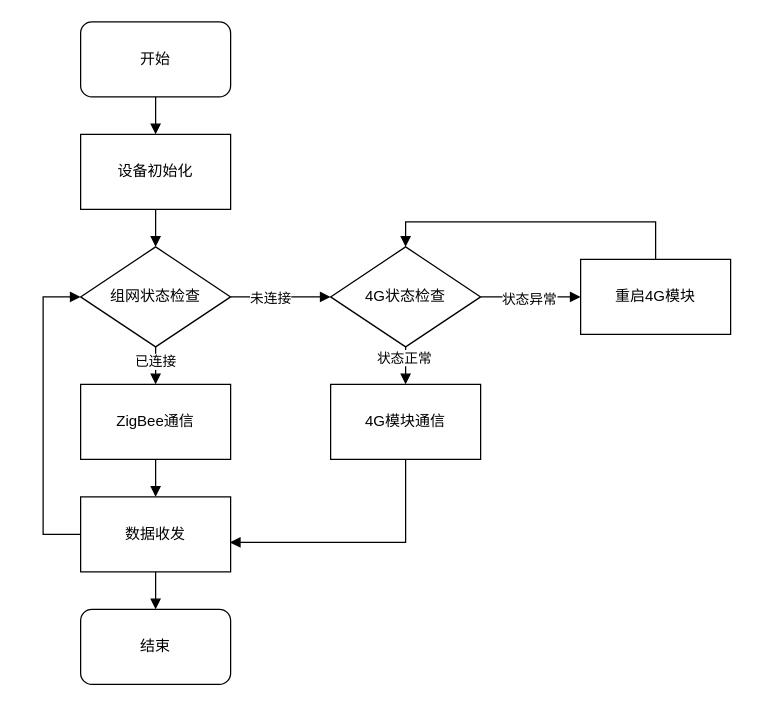
Earlier version of the draw.io diagram 未命名绘图.drawio (anvalue/DrawIo_SQ). Source tidied: cells renumbered, new cells numbered last; positions are measured from the earlier drawing's top-left corner, leaving out a move shared by most shapes. Both pictures are drawn from the tidied source at 125%, with x=0, y=0 at pixel (42, 21).
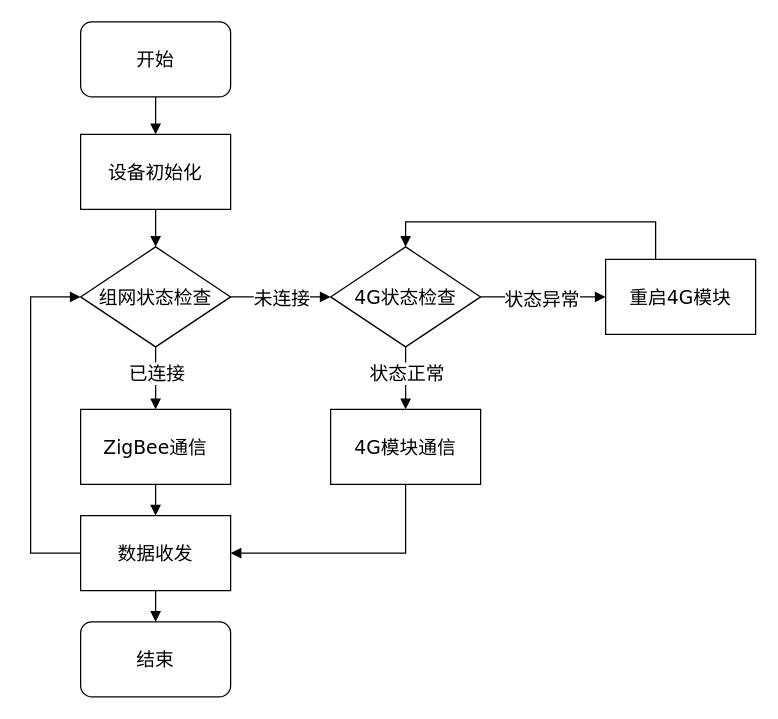
After the change.

Commit message:
更新未命名绘图.drawio

Change to the diagram source:
```diff
@@
-    <mxCell id="2" style="edgeStyle=orthogonalEdgeStyle;rounded=0;jettySize=auto;html=1;strokeColor=default;align=center;verticalAlign=middle;fontFamily=Helvetica;fontSize=11;fontColor=default;labelBackgroundColor=default;endArrow=block;endFill=1;" parent="1" edge="1" source="3" target="5">
+    <mxCell id="2" style="edgeStyle=orthogonalEdgeStyle;rounded=0;jettySize=auto;html=1;strokeColor=default;align=center;verticalAlign=middle;fontFamily=Verdana;fontSize=15;fontColor=default;labelBackgroundColor=default;endArrow=block;endFill=1;" parent="1" edge="1" source="3" target="5">
       <mxGeometry relative="1" as="geometry" />
     </mxCell>
-    <mxCell id="3" value="开始" style="rounded=1;whiteSpace=wrap;html=1;" parent="1" vertex="1">
+    <mxCell id="3" value="&lt;font style=&quot;font-size: 15px;&quot;&gt;开始&lt;/font&gt;" style="rounded=1;whiteSpace=wrap;html=1;fontSize=15;fontFamily=Verdana;" parent="1" vertex="1">
       <mxGeometry x="30" width="120" height="60" as="geometry" />
     </mxCell>
-    <mxCell id="4" style="edgeStyle=orthogonalEdgeStyle;rounded=0;jettySize=auto;html=1;strokeColor=default;align=center;verticalAlign=middle;fontFamily=Helvetica;fontSize=11;fontColor=default;labelBackgroundColor=default;endArrow=block;endFill=1;" parent="1" edge="1" source="5" target="10">
+    <mxCell id="4" style="edgeStyle=orthogonalEdgeStyle;rounded=0;jettySize=auto;html=1;strokeColor=default;align=center;verticalAlign=middle;fontFamily=Verdana;fontSize=15;fontColor=default;labelBackgroundColor=default;endArrow=block;endFill=1;" parent="1" edge="1" source="5" target="10">
       <mxGeometry relative="1" as="geometry" />
     </mxCell>
-    <mxCell id="5" value="设备初始化" style="whiteSpace=wrap;html=1;" parent="1" vertex="1">
+    <mxCell id="5" value="&lt;font style=&quot;font-size: 15px;&quot;&gt;设备初始化&lt;/font&gt;" style="whiteSpace=wrap;html=1;fontSize=15;fontFamily=Verdana;" parent="1" vertex="1">
       <mxGeometry x="30" y="90" width="120" height="60" as="geometry" />
     </mxCell>
-    <mxCell id="6" style="edgeStyle=orthogonalEdgeStyle;rounded=0;jettySize=auto;html=1;strokeColor=default;align=center;verticalAlign=middle;fontFamily=Helvetica;fontSize=11;fontColor=default;labelBackgroundColor=default;endArrow=block;endFill=1;" parent="1" edge="1" source="10" target="12">
+    <mxCell id="6" style="edgeStyle=orthogonalEdgeStyle;rounded=0;jettySize=auto;html=1;strokeColor=default;align=center;verticalAlign=middle;fontFamily=Verdana;fontSize=15;fontColor=default;labelBackgroundColor=default;endArrow=block;endFill=1;" parent="1" edge="1" source="10" target="12">
       <mxGeometry relative="1" as="geometry" />
     </mxCell>
-    <mxCell id="7" value="已连接" style="edgeLabel;html=1;align=center;verticalAlign=middle;fontFamily=Helvetica;fontSize=11;fontColor=default;labelBackgroundColor=default;" parent="6" vertex="1">
-      <mxGeometry x="0.24" y="-1" relative="1" as="geometry" />
+    <mxCell id="7" value="已连接" style="edgeLabel;html=1;align=center;verticalAlign=middle;fontFamily=Verdana;fontSize=15;fontColor=default;labelBackgroundColor=default;" parent="6" vertex="1">
+      <mxGeometry x="0.24" y="-1" relative="1" as="geometry">
+        <mxPoint x="1" y="-11" as="offset" />
+      </mxGeometry>
     </mxCell>
-    <mxCell id="8" style="edgeStyle=orthogonalEdgeStyle;rounded=0;jettySize=auto;html=1;entryX=0;entryY=0.5;entryDx=0;entryDy=0;strokeColor=default;align=center;verticalAlign=middle;fontFamily=Helvetica;fontSize=11;fontColor=default;labelBackgroundColor=default;endArrow=block;endFill=1;" parent="1" edge="1" source="10" target="17">
+    <mxCell id="8" style="edgeStyle=orthogonalEdgeStyle;rounded=0;jettySize=auto;html=1;entryX=0;entryY=0.5;entryDx=0;entryDy=0;strokeColor=default;align=center;verticalAlign=middle;fontFamily=Verdana;fontSize=15;fontColor=default;labelBackgroundColor=default;endArrow=block;endFill=1;" parent="1" edge="1" source="10" target="17">
       <mxGeometry relative="1" as="geometry" />
     </mxCell>
-    <mxCell id="9" value="未连接" style="edgeLabel;html=1;align=center;verticalAlign=middle;fontFamily=Helvetica;fontSize=11;fontColor=default;labelBackgroundColor=default;" parent="8" vertex="1">
-      <mxGeometry x="-0.23" relative="1" as="geometry" />
+    <mxCell id="9" value="未连接" style="edgeLabel;html=1;align=center;verticalAlign=middle;fontFamily=Verdana;fontSize=15;fontColor=default;labelBackgroundColor=default;" parent="8" vertex="1">
+      <mxGeometry x="-0.23" relative="1" as="geometry">
+        <mxPoint x="9" as="offset" />
+      </mxGeometry>
     </mxCell>
-    <mxCell id="10" value="组网状态检查" style="rhombus;whiteSpace=wrap;html=1;" parent="1" vertex="1">
+    <mxCell id="10" value="组网状态检查" style="rhombus;whiteSpace=wrap;html=1;fontSize=15;fontFamily=Verdana;" parent="1" vertex="1">
       <mxGeometry x="30" y="180" width="120" height="80" as="geometry" />
     </mxCell>
-    <mxCell id="11" style="edgeStyle=orthogonalEdgeStyle;rounded=0;jettySize=auto;html=1;strokeColor=default;align=center;verticalAlign=middle;fontFamily=Helvetica;fontSize=11;fontColor=default;labelBackgroundColor=default;endArrow=block;endFill=1;" parent="1" edge="1" source="12" target="23">
+    <mxCell id="11" style="edgeStyle=orthogonalEdgeStyle;rounded=0;jettySize=auto;html=1;strokeColor=default;align=center;verticalAlign=middle;fontFamily=Verdana;fontSize=15;fontColor=default;labelBackgroundColor=default;endArrow=block;endFill=1;" parent="1" edge="1" source="12" target="23">
       <mxGeometry relative="1" as="geometry" />
     </mxCell>
-    <mxCell id="12" value="ZigBee通信" style="whiteSpace=wrap;html=1;" parent="1" vertex="1">
-      <mxGeometry x="30" y="290" width="120" height="60" as="geometry" />
+    <mxCell id="12" value="ZigBee通信" style="whiteSpace=wrap;html=1;fontSize=15;fontFamily=Verdana;" parent="1" vertex="1">
+      <mxGeometry x="30" y="310" width="120" height="60" as="geometry" />
     </mxCell>
-    <mxCell id="13" style="edgeStyle=orthogonalEdgeStyle;rounded=0;jettySize=auto;html=1;strokeColor=default;align=center;verticalAlign=middle;fontFamily=Helvetica;fontSize=11;fontColor=default;labelBackgroundColor=default;endArrow=block;endFill=1;" parent="1" edge="1" source="17" target="18">
+    <mxCell id="13" style="edgeStyle=orthogonalEdgeStyle;rounded=0;jettySize=auto;html=1;strokeColor=default;align=center;verticalAlign=middle;fontFamily=Verdana;fontSize=15;fontColor=default;labelBackgroundColor=default;endArrow=block;endFill=1;" parent="1" edge="1" source="17" target="18">
       <mxGeometry relative="1" as="geometry" />
     </mxCell>
-    <mxCell id="14" value="状态正常" style="edgeLabel;html=1;align=center;verticalAlign=middle;fontFamily=Helvetica;fontSize=11;fontColor=default;labelBackgroundColor=default;" parent="13" vertex="1">
-      <mxGeometry x="-0.68" y="-2" relative="1" as="geometry" />
+    <mxCell id="14" value="状态正常" style="edgeLabel;html=1;align=center;verticalAlign=middle;fontFamily=Verdana;fontSize=15;fontColor=default;labelBackgroundColor=default;" parent="13" vertex="1">
+      <mxGeometry x="-0.68" y="-2" relative="1" as="geometry">
+        <mxPoint x="2" y="12" as="offset" />
+      </mxGeometry>
     </mxCell>
-    <mxCell id="15" style="edgeStyle=orthogonalEdgeStyle;rounded=0;jettySize=auto;html=1;entryX=0;entryY=0.5;entryDx=0;entryDy=0;strokeColor=default;align=center;verticalAlign=middle;fontFamily=Helvetica;fontSize=11;fontColor=default;labelBackgroundColor=default;endArrow=block;endFill=1;" parent="1" edge="1" source="17" target="20">
+    <mxCell id="15" style="edgeStyle=orthogonalEdgeStyle;rounded=0;jettySize=auto;html=1;entryX=0;entryY=0.5;entryDx=0;entryDy=0;strokeColor=default;align=center;verticalAlign=middle;fontFamily=Verdana;fontSize=15;fontColor=default;labelBackgroundColor=default;endArrow=block;endFill=1;" parent="1" edge="1" source="17" target="20">
       <mxGeometry relative="1" as="geometry" />
     </mxCell>
-    <mxCell id="16" value="状态异常" style="edgeLabel;html=1;align=center;verticalAlign=middle;fontFamily=Helvetica;fontSize=11;fontColor=default;labelBackgroundColor=default;" parent="15" vertex="1">
+    <mxCell id="16" value="状态异常" style="edgeLabel;html=1;align=center;verticalAlign=middle;fontFamily=Verdana;fontSize=15;fontColor=default;labelBackgroundColor=default;" parent="15" vertex="1">
       <mxGeometry x="-0.04" y="-1" relative="1" as="geometry" />
     </mxCell>
-    <mxCell id="17" value="4G状态检查" style="rhombus;whiteSpace=wrap;html=1;" parent="1" vertex="1">
+    <mxCell id="17" value="4G状态检查" style="rhombus;whiteSpace=wrap;html=1;fontSize=15;fontFamily=Verdana;" parent="1" vertex="1">
       <mxGeometry x="230" y="180" width="120" height="80" as="geometry" />
     </mxCell>
+    <mxCell id="25" style="edgeStyle=orthogonalEdgeStyle;rounded=0;jettySize=auto;html=1;entryX=1;entryY=0.5;entryDx=0;entryDy=0;strokeColor=default;align=center;verticalAlign=middle;fontFamily=Verdana;fontSize=11;fontColor=default;labelBackgroundColor=default;endArrow=block;endFill=1;" parent="1" edge="1" source="18" target="23">
+      <mxGeometry relative="1" as="geometry">
+        <Array as="points">
+          <mxPoint x="290" y="425" />
+        </Array>
+      </mxGeometry>
+    </mxCell>
-    <mxCell id="18" value="4G模块通信" style="whiteSpace=wrap;html=1;" parent="1" vertex="1">
-      <mxGeometry x="230" y="290" width="120" height="60" as="geometry" />
+    <mxCell id="18" value="4G模块通信" style="whiteSpace=wrap;html=1;fontSize=15;fontFamily=Verdana;" parent="1" vertex="1">
+      <mxGeometry x="230" y="310" width="120" height="60" as="geometry" />
     </mxCell>
-    <mxCell id="19" style="edgeStyle=orthogonalEdgeStyle;rounded=0;jettySize=auto;html=1;entryX=0.5;entryY=0;entryDx=0;entryDy=0;strokeColor=default;align=center;verticalAlign=middle;fontFamily=Helvetica;fontSize=11;fontColor=default;labelBackgroundColor=default;endArrow=block;endFill=1;" parent="1" edge="1" source="20" target="17">
+    <mxCell id="19" style="edgeStyle=orthogonalEdgeStyle;rounded=0;jettySize=auto;html=1;entryX=0.5;entryY=0;entryDx=0;entryDy=0;strokeColor=default;align=center;verticalAlign=middle;fontFamily=Verdana;fontSize=15;fontColor=default;labelBackgroundColor=default;endArrow=block;endFill=1;" parent="1" edge="1" source="20" target="17">
       <mxGeometry relative="1" as="geometry">
         <Array as="points">
           <mxPoint x="490" y="160" />
           <mxPoint x="290" y="160" />
         </Array>
       </mxGeometry>
     </mxCell>
-    <mxCell id="20" value="重启4G模块" style="whiteSpace=wrap;html=1;" parent="1" vertex="1">
-      <mxGeometry x="430" y="190" width="120" height="60" as="geometry" />
+    <mxCell id="20" value="重启4G模块" style="whiteSpace=wrap;html=1;fontSize=15;fontFamily=Verdana;" parent="1" vertex="1">
+      <mxGeometry x="450" y="190" width="120" height="60" as="geometry" />
     </mxCell>
-    <mxCell id="21" style="edgeStyle=orthogonalEdgeStyle;rounded=0;jettySize=auto;html=1;strokeColor=default;align=center;verticalAlign=middle;fontFamily=Helvetica;fontSize=11;fontColor=default;labelBackgroundColor=default;endArrow=block;endFill=1;" parent="1" edge="1" source="23" target="24">
+    <mxCell id="21" style="edgeStyle=orthogonalEdgeStyle;rounded=0;jettySize=auto;html=1;strokeColor=default;align=center;verticalAlign=middle;fontFamily=Verdana;fontSize=15;fontColor=default;labelBackgroundColor=default;endArrow=block;endFill=1;" parent="1" edge="1" source="23" target="24">
       <mxGeometry relative="1" as="geometry" />
     </mxCell>
-    <mxCell id="22" style="edgeStyle=orthogonalEdgeStyle;rounded=0;jettySize=auto;html=1;entryX=0;entryY=0.5;entryDx=0;entryDy=0;strokeColor=default;align=center;verticalAlign=middle;fontFamily=Helvetica;fontSize=11;fontColor=default;labelBackgroundColor=default;endArrow=block;endFill=1;" parent="1" edge="1" source="23" target="10">
+    <mxCell id="22" style="edgeStyle=orthogonalEdgeStyle;rounded=0;jettySize=auto;html=1;entryX=0;entryY=0.5;entryDx=0;entryDy=0;strokeColor=default;align=center;verticalAlign=middle;fontFamily=Verdana;fontSize=15;fontColor=default;labelBackgroundColor=default;endArrow=block;endFill=1;" parent="1" edge="1" source="23" target="10">
       <mxGeometry relative="1" as="geometry">
         <Array as="points">
-          <mxPoint y="410" />
-          <mxPoint y="220" />
+          <mxPoint x="-10" y="425" />
+          <mxPoint x="-10" y="220" />
         </Array>
       </mxGeometry>
     </mxCell>
-    <mxCell id="23" value="数据收发" style="whiteSpace=wrap;html=1;" parent="1" vertex="1">
-      <mxGeometry x="30" y="380" width="120" height="60" as="geometry" />
+    <mxCell id="23" value="数据收发" style="whiteSpace=wrap;html=1;fontSize=15;fontFamily=Verdana;" parent="1" vertex="1">
+      <mxGeometry x="30" y="395" width="120" height="60" as="geometry" />
     </mxCell>
-    <mxCell id="24" value="结束" style="rounded=1;whiteSpace=wrap;html=1;" parent="1" vertex="1">
-      <mxGeometry x="30" y="470" width="120" height="60" as="geometry" />
+    <mxCell id="24" value="结束" style="rounded=1;whiteSpace=wrap;html=1;fontSize=15;fontFamily=Verdana;" parent="1" vertex="1">
+      <mxGeometry x="30" y="480" width="120" height="60" as="geometry" />
     </mxCell>
-    <mxCell id="25" style="edgeStyle=orthogonalEdgeStyle;rounded=0;jettySize=auto;html=1;entryX=0.995;entryY=0.607;entryDx=0;entryDy=0;entryPerimeter=0;strokeColor=default;align=center;verticalAlign=middle;fontFamily=Helvetica;fontSize=11;fontColor=default;labelBackgroundColor=default;endArrow=block;endFill=1;" parent="1" edge="1" source="18" target="23">
-      <mxGeometry relative="1" as="geometry">
-        <Array as="points">
-          <mxPoint x="290" y="416" />
-        </Array>
-      </mxGeometry>
-    </mxCell>
```
